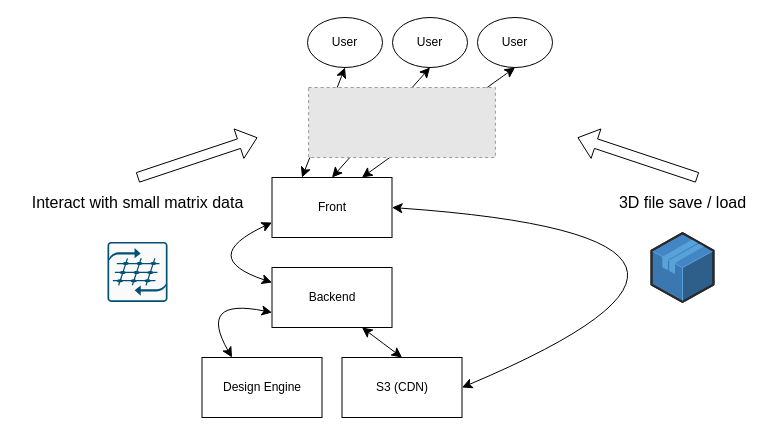
Earlier version of the draw.io diagram assets/images/delivering-furniture/structure.drawio (ArkimCity/ArkimCity.github.io). Source tidied: cells renumbered, new cells numbered last; positions are measured from the earlier drawing's top-left corner, leaving out a move shared by most shapes. Both pictures are drawn from the tidied source at 100%, with x=0, y=0 at pixel (17, 17). Pictures stored in the file or linked from it are replaced by grey dashed boxes.
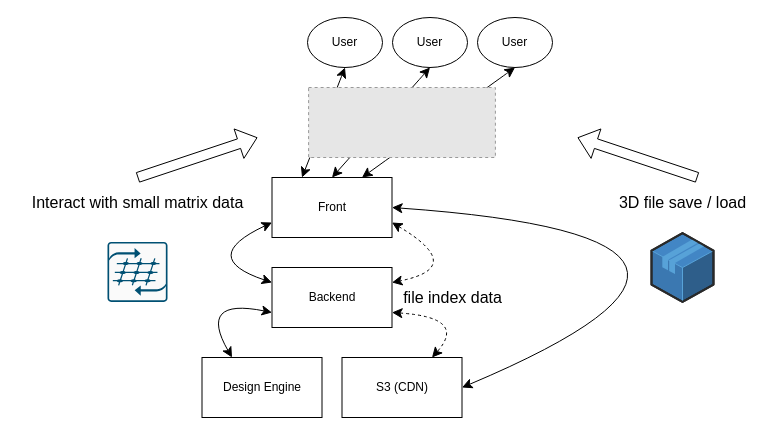
After the change.

Unchanged cells that the change refers to:
```xml
<mxCell id="2" value="Front" style="rounded=0;whiteSpace=wrap;html=1;" parent="1" vertex="1">
  <mxGeometry x="254.5" y="160" width="120" height="60" as="geometry" />
</mxCell>
<mxCell id="3" value="Backend" style="rounded=0;whiteSpace=wrap;html=1;" parent="1" vertex="1">
  <mxGeometry x="254.5" y="250" width="120" height="60" as="geometry" />
</mxCell>
<mxCell id="5" value="S3 (CDN)" style="rounded=0;whiteSpace=wrap;html=1;" parent="1" vertex="1">
  <mxGeometry x="324.5" y="340" width="120" height="60" as="geometry" />
</mxCell>
```

The edit, as a diff of the source:
```diff
@@
-    <mxCell id="6" style="endArrow=classic;startArrow=classic;html=1;rounded=0;fontSize=12;startSize=8;endSize=8;curved=1;exitX=0.75;exitY=1;exitDx=0;exitDy=0;entryX=0.5;entryY=0;entryDx=0;entryDy=0;" parent="1" edge="1" source="3" target="5">
-      <mxGeometry relative="1" as="geometry" />
+    <mxCell id="6" style="endArrow=classic;startArrow=classic;html=1;rounded=0;fontSize=12;startSize=8;endSize=8;curved=1;exitX=1;exitY=0.75;exitDx=0;exitDy=0;entryX=0.75;entryY=0;entryDx=0;entryDy=0;dashed=1;" parent="1" edge="1" source="3" target="5">
+      <mxGeometry relative="1" as="geometry">
+        <Array as="points">
+          <mxPoint x="450" y="300" />
+        </Array>
+      </mxGeometry>
     </mxCell>
@@
+    <mxCell id="23" style="endArrow=classic;startArrow=classic;html=1;rounded=0;fontSize=12;startSize=8;endSize=8;curved=1;exitX=1;exitY=0.75;exitDx=0;exitDy=0;entryX=1;entryY=0.25;entryDx=0;entryDy=0;dashed=1;" parent="1" edge="1" source="2" target="3">
+      <mxGeometry relative="1" as="geometry">
+        <Array as="points">
+          <mxPoint x="450" y="250" />
+        </Array>
+      </mxGeometry>
+    </mxCell>
+    <mxCell id="24" value="file index data" style="text;html=1;align=center;verticalAlign=middle;strokeColor=none;fillColor=none;fontSize=16;" parent="1" vertex="1">
+      <mxGeometry x="375" y="265" width="120" height="30" as="geometry" />
+    </mxCell>
```
